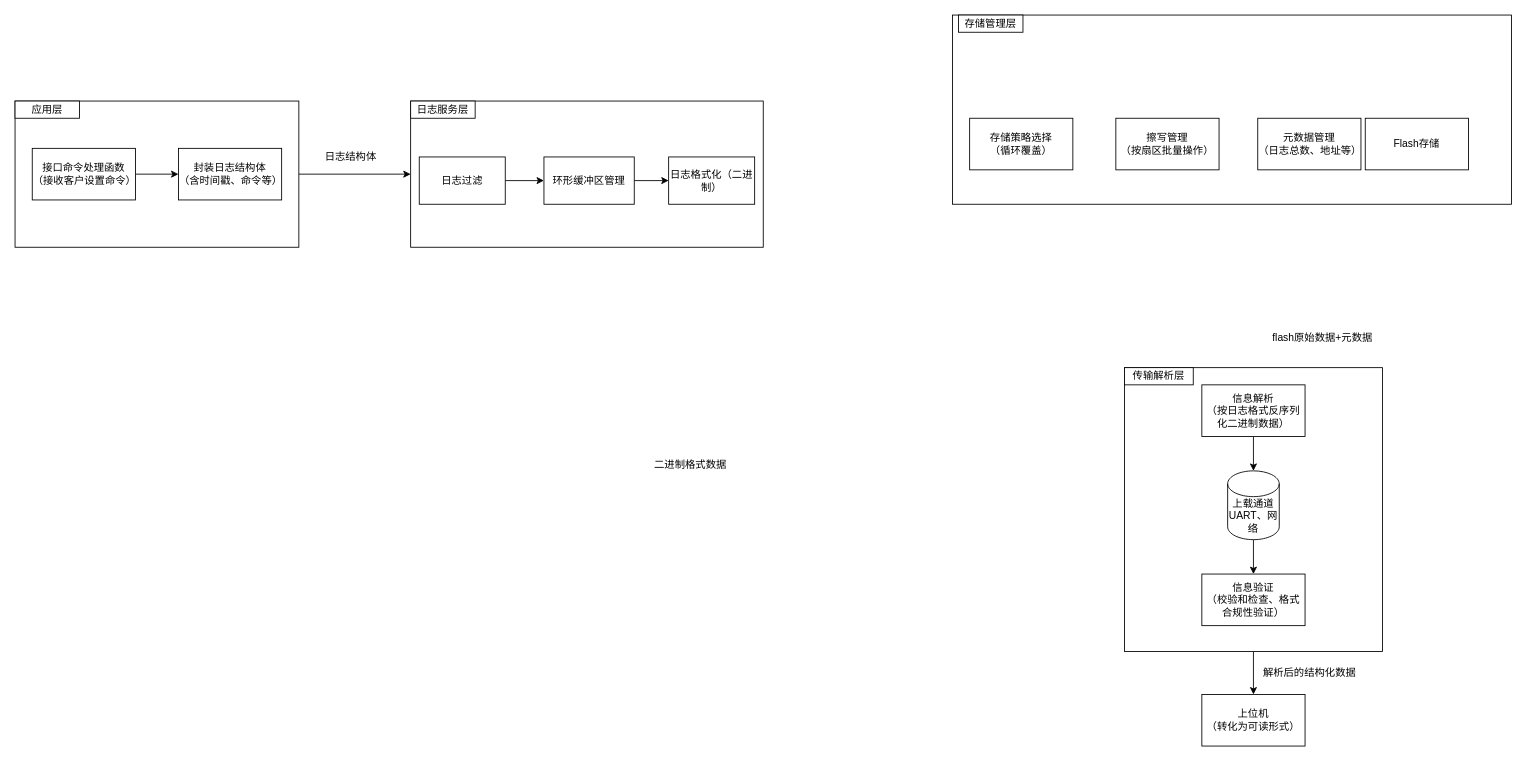
This is page "第 4 页" (4 of 8) of 未命名绘图1.drawio from WHUT-LHT/hello-world, a draw.io file, before an edit. Source tidied: cells renumbered, new cells numbered last; positions are measured from the earlier drawing's top-left corner, leaving out a move shared by most shapes. Both pictures are drawn from the tidied source at 86%, with x=0, y=0 at pixel (15, 15).
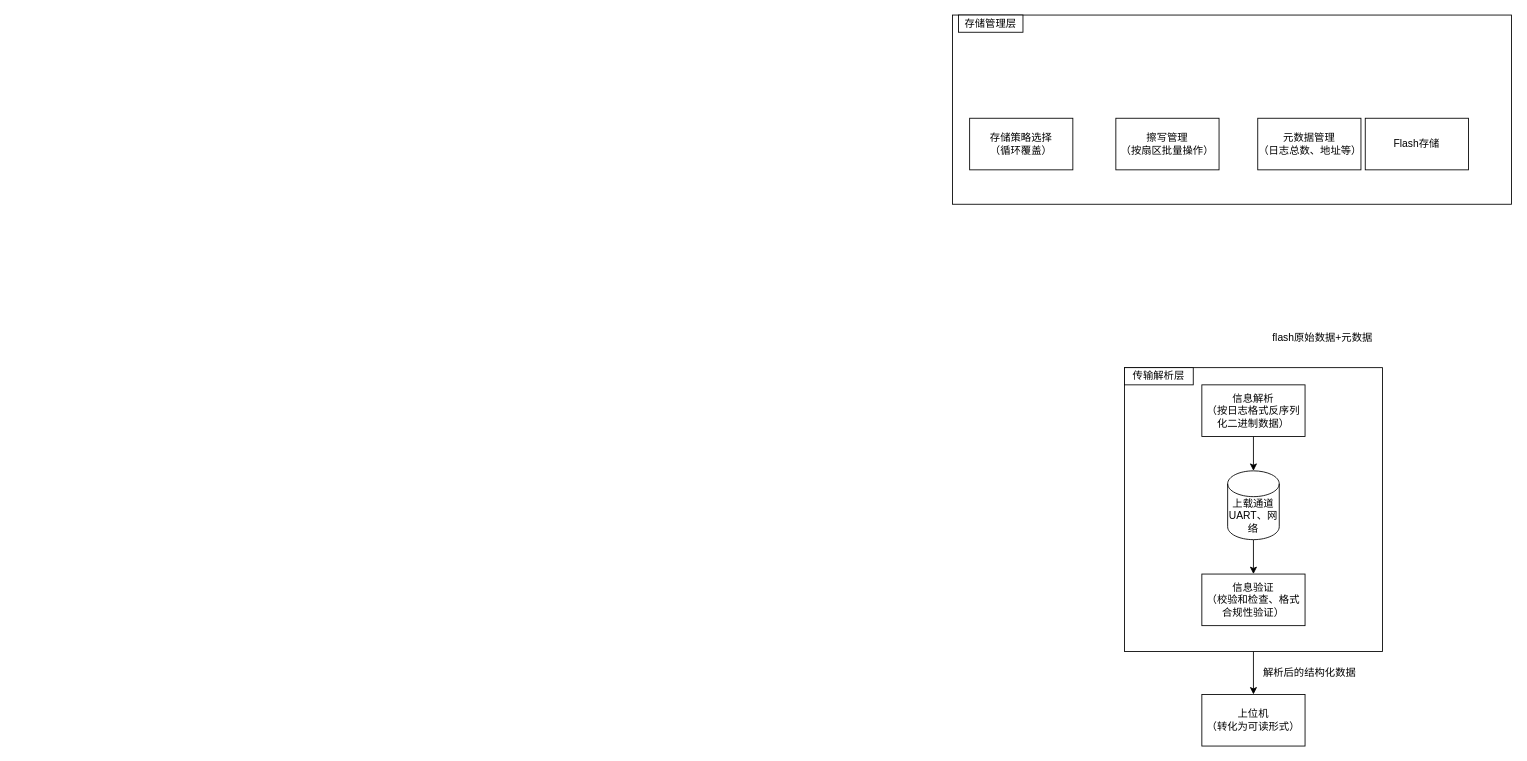
After the change.

What changed in the source:
```diff
@@
-    <mxCell id="2" style="rounded=0;whiteSpace=wrap;html=1;" parent="1" vertex="1">
-      <mxGeometry x="460" y="100" width="410" height="170" as="geometry" />
-    </mxCell>
-    <mxCell id="3" style="edgeStyle=orthogonalEdgeStyle;rounded=0;jettySize=auto;html=1;exitX=1;exitY=0.5;exitDx=0;exitDy=0;entryX=0;entryY=0.5;entryDx=0;entryDy=0;" parent="1" edge="1" source="4" target="2">
-      <mxGeometry relative="1" as="geometry" />
-    </mxCell>
-    <mxCell id="4" style="rounded=0;whiteSpace=wrap;html=1;align=center;" parent="1" vertex="1">
-      <mxGeometry y="100" width="330" height="170" as="geometry" />
-    </mxCell>
-    <mxCell id="5" value="应用层" style="rounded=0;whiteSpace=wrap;html=1;" parent="1" vertex="1">
-      <mxGeometry y="100" width="75" height="20" as="geometry" />
-    </mxCell>
-    <mxCell id="6" style="edgeStyle=orthogonalEdgeStyle;rounded=0;jettySize=auto;html=1;exitX=1;exitY=0.5;exitDx=0;exitDy=0;" parent="1" edge="1" source="7" target="8">
-      <mxGeometry relative="1" as="geometry" />
-    </mxCell>
-    <mxCell id="7" value="接口命令处理函数&lt;div&gt;（接收客户设置命令）&lt;/div&gt;" style="rounded=0;whiteSpace=wrap;html=1;" parent="1" vertex="1">
-      <mxGeometry x="20" y="155" width="120" height="60" as="geometry" />
-    </mxCell>
-    <mxCell id="8" value="封装日志结构体&lt;div&gt;（含时间戳、命令等）&lt;/div&gt;" style="rounded=0;whiteSpace=wrap;html=1;" parent="1" vertex="1">
-      <mxGeometry x="190" y="155" width="120" height="60" as="geometry" />
-    </mxCell>
-    <mxCell id="9" style="edgeStyle=orthogonalEdgeStyle;rounded=0;jettySize=auto;html=1;" parent="1" edge="1" source="10" target="12">
-      <mxGeometry relative="1" as="geometry" />
-    </mxCell>
-    <mxCell id="10" value="日志过滤" style="rounded=0;whiteSpace=wrap;html=1;" parent="1" vertex="1">
-      <mxGeometry x="470" y="165" width="100" height="55" as="geometry" />
-    </mxCell>
-    <mxCell id="11" style="edgeStyle=orthogonalEdgeStyle;rounded=0;jettySize=auto;html=1;" parent="1" edge="1" source="12" target="14">
-      <mxGeometry relative="1" as="geometry" />
-    </mxCell>
-    <mxCell id="12" value="环形缓冲区管理" style="rounded=0;whiteSpace=wrap;html=1;" parent="1" vertex="1">
-      <mxGeometry x="615" y="165" width="105" height="55" as="geometry" />
-    </mxCell>
-    <mxCell id="13" value="日志服务层" style="rounded=0;whiteSpace=wrap;html=1;" parent="1" vertex="1">
-      <mxGeometry x="460" y="100" width="75" height="20" as="geometry" />
-    </mxCell>
-    <mxCell id="14" value="日志格式化（二进制）" style="rounded=0;whiteSpace=wrap;html=1;" parent="1" vertex="1">
-      <mxGeometry x="760" y="165" width="100" height="55" as="geometry" />
-    </mxCell>
@@
-    <mxCell id="30" value="日志结构体" style="text;html=1;align=center;verticalAlign=middle;strokeColor=none;fillColor=none;" parent="1" vertex="1">
-      <mxGeometry x="350" y="150" width="80" height="30" as="geometry" />
-    </mxCell>
-    <mxCell id="31" value="二进制格式数据" style="text;html=1;align=center;verticalAlign=middle;strokeColor=none;fillColor=none;" parent="1" vertex="1">
-      <mxGeometry x="730" y="508" width="110" height="30" as="geometry" />
-    </mxCell>
```
